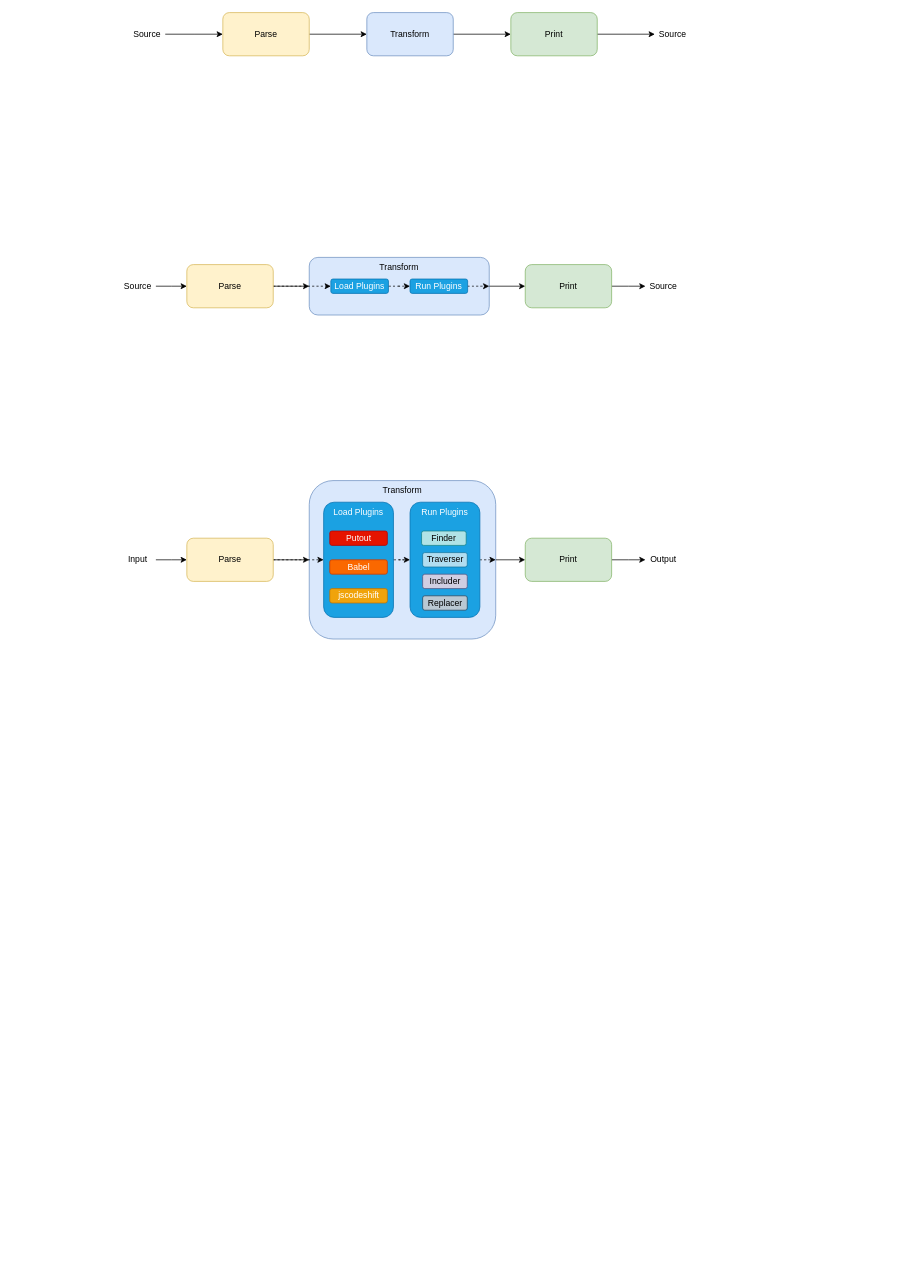
Above: images/putout.drawio in coderaiser/putout (draw.io), before the change. Source tidied: cells renumbered, new cells numbered last; positions are measured from the earlier drawing's top-left corner, leaving out a move shared by most shapes. Both pictures are drawn from the tidied source at 72%, with x=0, y=0 at pixel (120, 12).
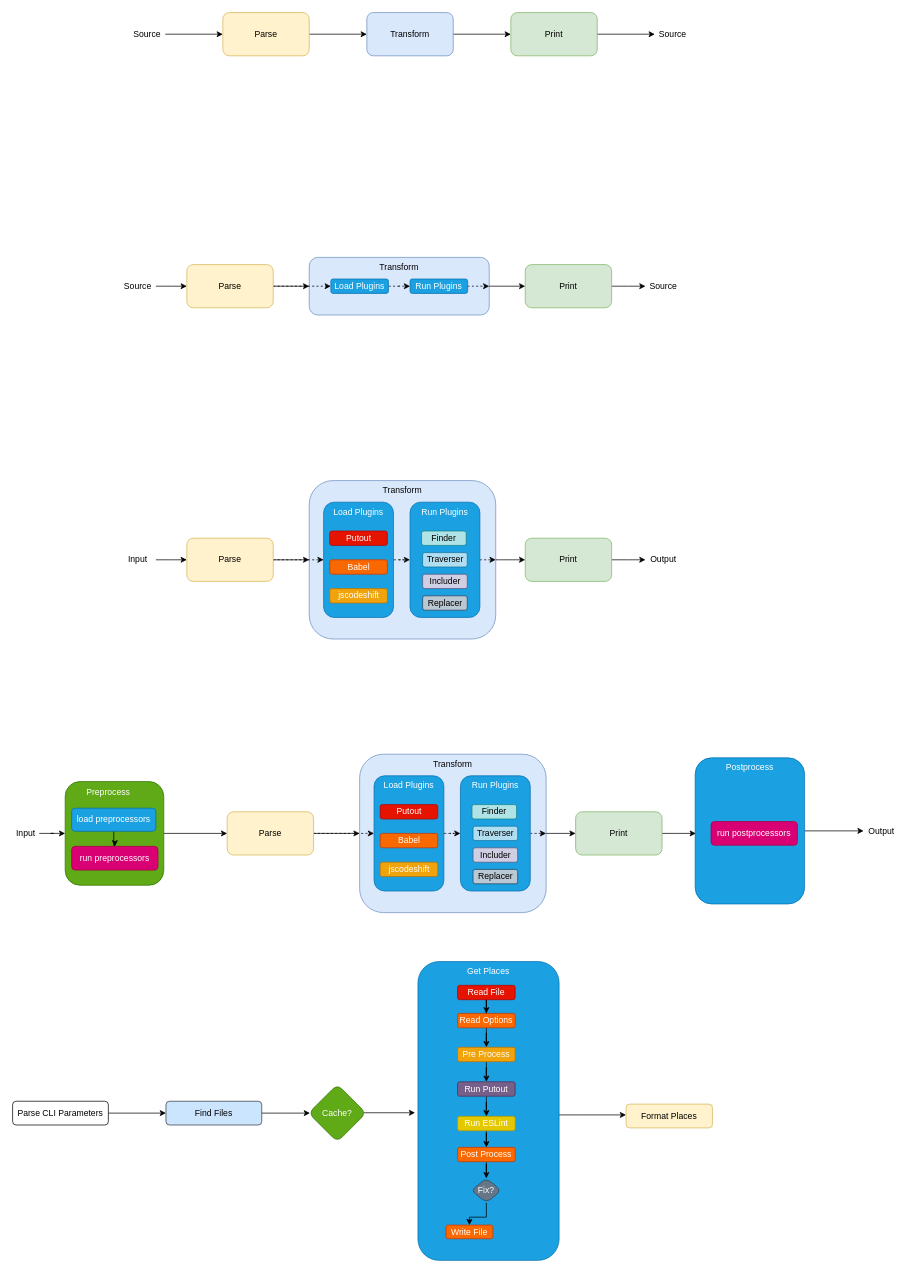
Above is the later version.

Diff of the diagram source:
```diff
@@
+    <mxCell id="47" value="Transform" style="rounded=1;whiteSpace=wrap;html=1;horizontal=1;align=center;fontSize=12;verticalAlign=top;fillColor=#dae8fc;strokeColor=#6c8ebf;" parent="1" vertex="1">
+      <mxGeometry x="333" y="1030" width="259" height="220" as="geometry" />
+    </mxCell>
+    <mxCell id="48" style="edgeStyle=orthogonalEdgeStyle;jettySize=auto;html=1;entryX=0;entryY=0.5;entryDx=0;entryDy=0;rounded=0;dashed=1;" parent="1" edge="1" source="50" target="58">
+      <mxGeometry relative="1" as="geometry">
+        <Array as="points">
+          <mxPoint x="343" y="1140" />
+          <mxPoint x="343" y="1140" />
+        </Array>
+      </mxGeometry>
+    </mxCell>
+    <mxCell id="49" style="edgeStyle=orthogonalEdgeStyle;rounded=0;jettySize=auto;html=1;fontSize=12;" parent="1" edge="1" source="50">
+      <mxGeometry relative="1" as="geometry">
+        <mxPoint x="333" y="1140" as="targetPoint" />
+      </mxGeometry>
+    </mxCell>
+    <mxCell id="50" value="Parse" style="rounded=1;whiteSpace=wrap;html=1;fillColor=#fff2cc;strokeColor=#d6b656;" parent="1" vertex="1">
+      <mxGeometry x="149" y="1110" width="120" height="60" as="geometry" />
+    </mxCell>
+    <mxCell id="51" style="edgeStyle=orthogonalEdgeStyle;rounded=0;jettySize=auto;html=1;" parent="1" edge="1" source="47" target="53">
+      <mxGeometry relative="1" as="geometry" />
+    </mxCell>
+    <mxCell id="52" style="edgeStyle=orthogonalEdgeStyle;rounded=0;jettySize=auto;html=1;" parent="1" edge="1" source="53">
+      <mxGeometry relative="1" as="geometry">
+        <mxPoint x="800" y="1140" as="targetPoint" />
+      </mxGeometry>
+    </mxCell>
+    <mxCell id="53" value="Print" style="rounded=1;whiteSpace=wrap;html=1;fillColor=#d5e8d4;strokeColor=#82b366;" parent="1" vertex="1">
+      <mxGeometry x="633" y="1110" width="120" height="60" as="geometry" />
+    </mxCell>
+    <mxCell id="54" style="edgeStyle=orthogonalEdgeStyle;rounded=0;jettySize=auto;html=1;" parent="1" edge="1" source="55" target="70">
+      <mxGeometry relative="1" as="geometry" />
+    </mxCell>
+    <mxCell id="55" value="Input" style="text;html=1;strokeColor=none;fillColor=none;align=center;verticalAlign=middle;whiteSpace=wrap;rounded=0;" parent="1" vertex="1">
+      <mxGeometry x="-149" y="1130" width="37" height="20" as="geometry" />
+    </mxCell>
+    <mxCell id="56" value="Output" style="text;html=1;strokeColor=none;fillColor=none;align=center;verticalAlign=middle;whiteSpace=wrap;rounded=0;" parent="1" vertex="1">
+      <mxGeometry x="1033" y="1126.5" width="50" height="20" as="geometry" />
+    </mxCell>
+    <mxCell id="57" style="edgeStyle=orthogonalEdgeStyle;jettySize=auto;html=1;dashed=1;curved=1;" parent="1" edge="1" source="58" target="60">
+      <mxGeometry relative="1" as="geometry" />
+    </mxCell>
+    <mxCell id="58" value="Load Plugins" style="rounded=1;whiteSpace=wrap;html=1;fillColor=#1ba1e2;strokeColor=#006EAF;fontColor=#ffffff;verticalAlign=top;" parent="1" vertex="1">
+      <mxGeometry x="353" y="1060" width="97" height="160" as="geometry" />
+    </mxCell>
+    <mxCell id="59" style="edgeStyle=orthogonalEdgeStyle;curved=1;jettySize=auto;html=1;exitX=1;exitY=0.5;exitDx=0;exitDy=0;entryX=1;entryY=0.5;entryDx=0;entryDy=0;dashed=1;fontSize=12;" parent="1" edge="1" source="60" target="47">
+      <mxGeometry relative="1" as="geometry" />
+    </mxCell>
+    <mxCell id="60" value="Run Plugins" style="rounded=1;whiteSpace=wrap;html=1;fillColor=#1ba1e2;strokeColor=#006EAF;fontColor=#ffffff;verticalAlign=top;" parent="1" vertex="1">
+      <mxGeometry x="473" y="1060" width="97" height="160" as="geometry" />
+    </mxCell>
+    <mxCell id="61" value="Putout" style="rounded=1;whiteSpace=wrap;html=1;fontSize=12;align=center;fillColor=#e51400;strokeColor=#B20000;fontColor=#ffffff;" parent="1" vertex="1">
+      <mxGeometry x="361.5" y="1100" width="80" height="20" as="geometry" />
+    </mxCell>
+    <mxCell id="62" value="Babel" style="rounded=1;whiteSpace=wrap;html=1;fontSize=12;align=center;fillColor=#fa6800;strokeColor=#C73500;fontColor=#ffffff;" parent="1" vertex="1">
+      <mxGeometry x="361.5" y="1140" width="80" height="20" as="geometry" />
+    </mxCell>
+    <mxCell id="63" value="jscodeshift" style="rounded=1;whiteSpace=wrap;html=1;fontSize=12;align=center;fillColor=#f0a30a;strokeColor=#BD7000;fontColor=#ffffff;" parent="1" vertex="1">
+      <mxGeometry x="361.5" y="1180" width="80" height="20" as="geometry" />
+    </mxCell>
+    <mxCell id="64" value="Finder" style="rounded=1;whiteSpace=wrap;html=1;fontSize=12;align=center;fillColor=#b0e3e6;strokeColor=#0e8088;" parent="1" vertex="1">
+      <mxGeometry x="489" y="1100" width="62" height="20" as="geometry" />
+    </mxCell>
+    <mxCell id="65" value="Traverser" style="rounded=1;whiteSpace=wrap;html=1;fontSize=12;align=center;fillColor=#b1ddf0;strokeColor=#10739e;" parent="1" vertex="1">
+      <mxGeometry x="490.5" y="1130" width="62" height="20" as="geometry" />
+    </mxCell>
+    <mxCell id="66" value="Includer&lt;br&gt;" style="rounded=1;whiteSpace=wrap;html=1;fontSize=12;align=center;fillColor=#d0cee2;strokeColor=#56517e;" parent="1" vertex="1">
+      <mxGeometry x="490.5" y="1160" width="62" height="20" as="geometry" />
+    </mxCell>
+    <mxCell id="67" value="Replacer" style="rounded=1;whiteSpace=wrap;html=1;fontSize=12;align=center;fillColor=#bac8d3;strokeColor=#23445d;" parent="1" vertex="1">
+      <mxGeometry x="490.5" y="1190" width="62" height="20" as="geometry" />
+    </mxCell>
+    <mxCell id="68" style="edgeStyle=orthogonalEdgeStyle;curved=1;orthogonalLoop=1;jettySize=auto;html=1;exitX=0.5;exitY=1;exitDx=0;exitDy=0;dashed=1;fontSize=12;fillColor=#bac8d3;strokeColor=#23445d;" parent="1" edge="1" source="67" target="67">
+      <mxGeometry relative="1" as="geometry" />
+    </mxCell>
+    <mxCell id="69" style="edgeStyle=orthogonalEdgeStyle;rounded=0;jettySize=auto;html=1;" parent="1" edge="1" source="70" target="50">
+      <mxGeometry relative="1" as="geometry" />
+    </mxCell>
+    <mxCell id="70" style="rounded=1;whiteSpace=wrap;html=1;fillColor=#60a917;strokeColor=#2D7600;fontColor=#ffffff;" parent="1" vertex="1">
+      <mxGeometry x="-76" y="1068" width="137" height="144" as="geometry" />
+    </mxCell>
+    <mxCell id="71" style="edgeStyle=orthogonalEdgeStyle;rounded=0;jettySize=auto;html=1;fontColor=#FFFFFF;" parent="1" edge="1" source="72" target="56">
+      <mxGeometry relative="1" as="geometry" />
+    </mxCell>
+    <mxCell id="72" style="rounded=1;whiteSpace=wrap;html=1;fillColor=#1ba1e2;strokeColor=#006EAF;fontColor=#ffffff;" parent="1" vertex="1">
+      <mxGeometry x="799" y="1035" width="152" height="203" as="geometry" />
+    </mxCell>
+    <mxCell id="73" value="Preprocess" style="text;html=1;align=center;verticalAlign=middle;whiteSpace=wrap;rounded=0;fontColor=#FFFFFF;" parent="1" vertex="1">
+      <mxGeometry x="-36" y="1073" width="40" height="20" as="geometry" />
+    </mxCell>
+    <mxCell id="74" style="edgeStyle=orthogonalEdgeStyle;rounded=0;jettySize=auto;html=1;fontColor=#FFFFFF;" parent="1" edge="1" source="75" target="76">
+      <mxGeometry relative="1" as="geometry" />
+    </mxCell>
+    <mxCell id="75" value="load preprocessors" style="rounded=1;whiteSpace=wrap;html=1;fontColor=#ffffff;fillColor=#1ba1e2;strokeColor=#006EAF;" parent="1" vertex="1">
+      <mxGeometry x="-67" y="1105" width="117" height="32" as="geometry" />
+    </mxCell>
+    <mxCell id="76" value="run preprocessors" style="rounded=1;whiteSpace=wrap;html=1;fontColor=#ffffff;fillColor=#d80073;strokeColor=#A50040;" parent="1" vertex="1">
+      <mxGeometry x="-67" y="1158" width="120" height="33" as="geometry" />
+    </mxCell>
+    <mxCell id="77" value="run postprocessors" style="rounded=1;whiteSpace=wrap;html=1;fontColor=#ffffff;fillColor=#d80073;strokeColor=#A50040;" parent="1" vertex="1">
+      <mxGeometry x="821" y="1123.5" width="120" height="33" as="geometry" />
+    </mxCell>
+    <mxCell id="78" value="Postprocess" style="text;html=1;align=center;verticalAlign=middle;whiteSpace=wrap;rounded=0;fontColor=#FFFFFF;" parent="1" vertex="1">
+      <mxGeometry x="855" y="1032" width="40" height="32" as="geometry" />
+    </mxCell>
+    <mxCell id="79" style="edgeStyle=orthogonalEdgeStyle;rounded=0;jettySize=auto;html=1;" parent="1" edge="1" source="80" target="88">
+      <mxGeometry relative="1" as="geometry">
+        <Array as="points">
+          <mxPoint x="638" y="1531" />
+          <mxPoint x="638" y="1531" />
+        </Array>
+      </mxGeometry>
+    </mxCell>
+    <mxCell id="80" value="Get Places" style="rounded=1;whiteSpace=wrap;html=1;fillColor=#1ba1e2;strokeColor=#006EAF;fontColor=#ffffff;verticalAlign=top;" parent="1" vertex="1">
+      <mxGeometry x="414" y="1318" width="196" height="415" as="geometry" />
+    </mxCell>
+    <mxCell id="81" style="edgeStyle=orthogonalEdgeStyle;rounded=0;jettySize=auto;html=1;" parent="1" edge="1" source="82" target="84">
+      <mxGeometry relative="1" as="geometry" />
+    </mxCell>
+    <mxCell id="82" value="Read File" style="rounded=1;whiteSpace=wrap;html=1;fontSize=12;align=center;fillColor=#e51400;strokeColor=#B20000;fontColor=#ffffff;" parent="1" vertex="1">
+      <mxGeometry x="469" y="1351" width="80" height="20" as="geometry" />
+    </mxCell>
+    <mxCell id="83" style="edgeStyle=orthogonalEdgeStyle;rounded=0;jettySize=auto;html=1;" parent="1" edge="1" source="84" target="90">
+      <mxGeometry relative="1" as="geometry" />
+    </mxCell>
+    <mxCell id="84" value="Read Options" style="rounded=1;whiteSpace=wrap;html=1;fontSize=12;align=center;fillColor=#fa6800;strokeColor=#C73500;fontColor=#ffffff;" parent="1" vertex="1">
+      <mxGeometry x="469" y="1390" width="80" height="20" as="geometry" />
+    </mxCell>
+    <mxCell id="85" style="edgeStyle=orthogonalEdgeStyle;rounded=0;jettySize=auto;html=1;" parent="1" edge="1" source="86">
+      <mxGeometry relative="1" as="geometry">
+        <mxPoint x="264" y="1528.5" as="targetPoint" />
+      </mxGeometry>
+    </mxCell>
+    <mxCell id="86" value="Find Files" style="rounded=1;whiteSpace=wrap;html=1;fillColor=#cce5ff;strokeColor=#36393d;" parent="1" vertex="1">
+      <mxGeometry x="64" y="1512" width="133" height="33" as="geometry" />
+    </mxCell>
+    <mxCell id="87" style="edgeStyle=orthogonalEdgeStyle;rounded=0;orthogonalLoop=1;jettySize=auto;html=1;" parent="1" edge="1">
+      <mxGeometry relative="1" as="geometry">
+        <mxPoint x="339" y="1528" as="sourcePoint" />
+        <mxPoint x="410" y="1528" as="targetPoint" />
+      </mxGeometry>
+    </mxCell>
+    <mxCell id="88" value="Format Places" style="rounded=1;whiteSpace=wrap;html=1;fillColor=#fff2cc;strokeColor=#d6b656;" parent="1" vertex="1">
+      <mxGeometry x="703" y="1516" width="120" height="33" as="geometry" />
+    </mxCell>
+    <mxCell id="89" style="edgeStyle=orthogonalEdgeStyle;rounded=0;jettySize=auto;html=1;" parent="1" edge="1" source="90" target="92">
+      <mxGeometry relative="1" as="geometry" />
+    </mxCell>
+    <mxCell id="90" value="Pre Process" style="rounded=1;whiteSpace=wrap;html=1;fontSize=12;align=center;fillColor=#f0a30a;strokeColor=#BD7000;fontColor=#ffffff;" parent="1" vertex="1">
+      <mxGeometry x="469" y="1437" width="80" height="20" as="geometry" />
+    </mxCell>
+    <mxCell id="91" style="edgeStyle=orthogonalEdgeStyle;rounded=0;jettySize=auto;html=1;" parent="1" edge="1" source="92" target="94">
+      <mxGeometry relative="1" as="geometry" />
+    </mxCell>
+    <mxCell id="92" value="Run Putout" style="rounded=1;whiteSpace=wrap;html=1;fontSize=12;align=center;fillColor=#76608a;strokeColor=#432D57;fontColor=#ffffff;" parent="1" vertex="1">
+      <mxGeometry x="469" y="1485" width="80" height="20" as="geometry" />
+    </mxCell>
+    <mxCell id="93" style="edgeStyle=orthogonalEdgeStyle;rounded=0;jettySize=auto;html=1;" parent="1" edge="1" source="94" target="96">
+      <mxGeometry relative="1" as="geometry" />
+    </mxCell>
+    <mxCell id="94" value="Run ESLint" style="rounded=1;whiteSpace=wrap;html=1;fontSize=12;align=center;fillColor=#e3c800;strokeColor=#B09500;fontColor=#ffffff;" parent="1" vertex="1">
+      <mxGeometry x="469" y="1533" width="80" height="20" as="geometry" />
+    </mxCell>
+    <mxCell id="95" style="edgeStyle=orthogonalEdgeStyle;rounded=0;jettySize=auto;html=1;" parent="1" edge="1" source="96" target="98">
+      <mxGeometry relative="1" as="geometry" />
+    </mxCell>
+    <mxCell id="96" value="&lt;span&gt;Post Process&lt;/span&gt;" style="rounded=1;whiteSpace=wrap;html=1;fontSize=12;align=center;fillColor=#fa6800;strokeColor=#C73500;fontColor=#ffffff;" parent="1" vertex="1">
+      <mxGeometry x="469" y="1576" width="80" height="20" as="geometry" />
+    </mxCell>
+    <mxCell id="97" style="edgeStyle=orthogonalEdgeStyle;rounded=0;jettySize=auto;html=1;" parent="1" edge="1" source="98" target="99">
+      <mxGeometry relative="1" as="geometry" />
+    </mxCell>
+    <mxCell id="98" value="Fix?" style="rhombus;whiteSpace=wrap;html=1;rounded=1;fontColor=#ffffff;strokeColor=#314354;fillColor=#647687;" parent="1" vertex="1">
+      <mxGeometry x="488" y="1619" width="42" height="34" as="geometry" />
+    </mxCell>
+    <mxCell id="99" value="Write File" style="whiteSpace=wrap;html=1;rounded=1;fontColor=#ffffff;strokeColor=#C73500;fillColor=#fa6800;" parent="1" vertex="1">
+      <mxGeometry x="453" y="1684" width="65" height="19" as="geometry" />
+    </mxCell>
+    <mxCell id="100" style="edgeStyle=orthogonalEdgeStyle;rounded=0;jettySize=auto;html=1;" parent="1" edge="1" source="101" target="86">
+      <mxGeometry relative="1" as="geometry" />
+    </mxCell>
+    <mxCell id="101" value="Parse CLI Parameters" style="rounded=1;whiteSpace=wrap;html=1;" parent="1" vertex="1">
+      <mxGeometry x="-149" y="1512" width="133" height="33" as="geometry" />
+    </mxCell>
+    <mxCell id="102" value="Cache?" style="rhombus;whiteSpace=wrap;html=1;rounded=1;strokeColor=#2D7600;fillColor=#60a917;fontColor=#ffffff;" parent="1" vertex="1">
+      <mxGeometry x="262" y="1488.5" width="80" height="80" as="geometry" />
+    </mxCell>
```
